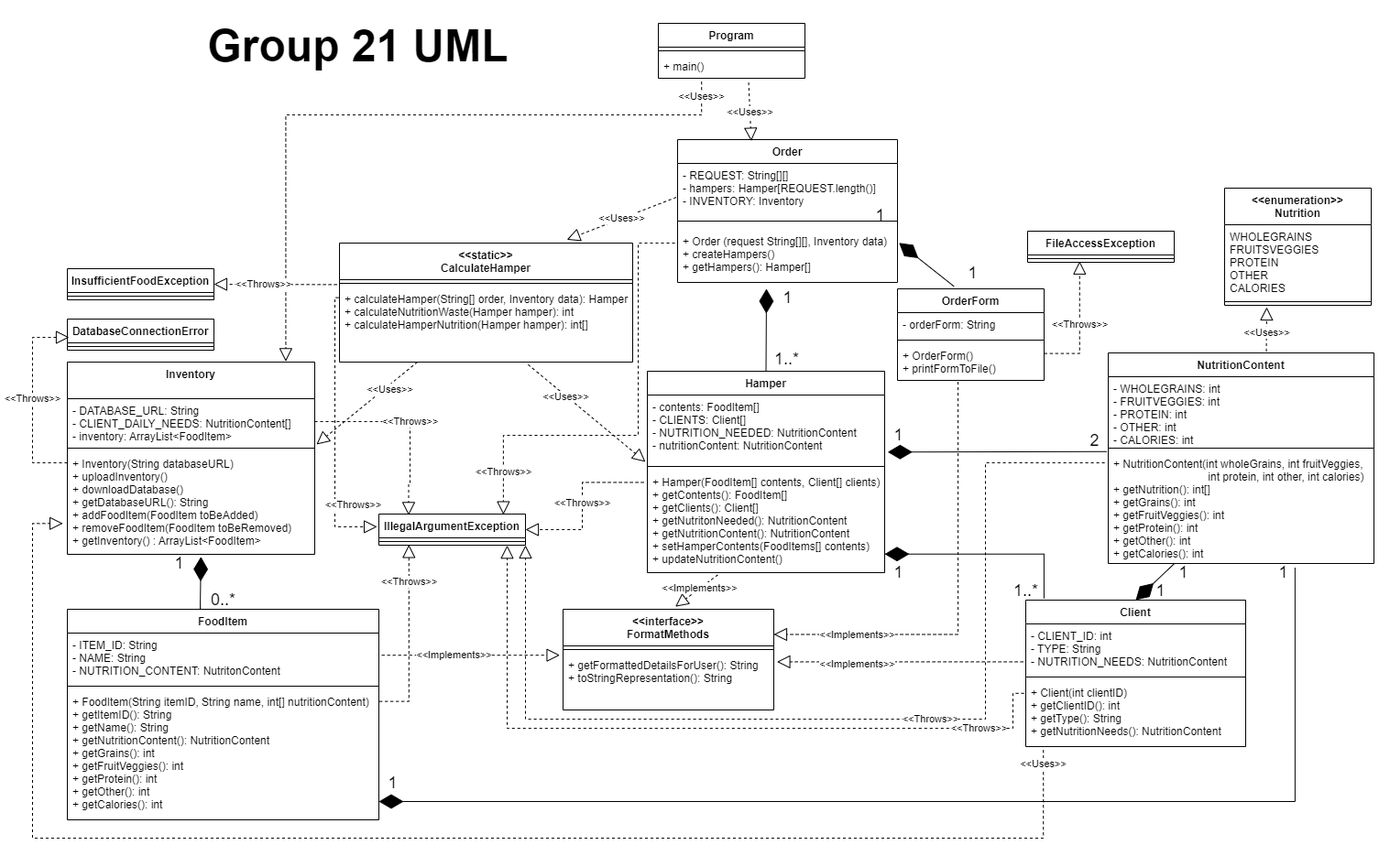
The draw.io diagram UML ENSF409 Project.drawio.png in HitenMahal/ENSF409-FinalProject, before a commit. Source tidied: cells renumbered, new cells last; positions are measured from the earlier drawing's top-left corner, leaving out a move shared by most shapes.
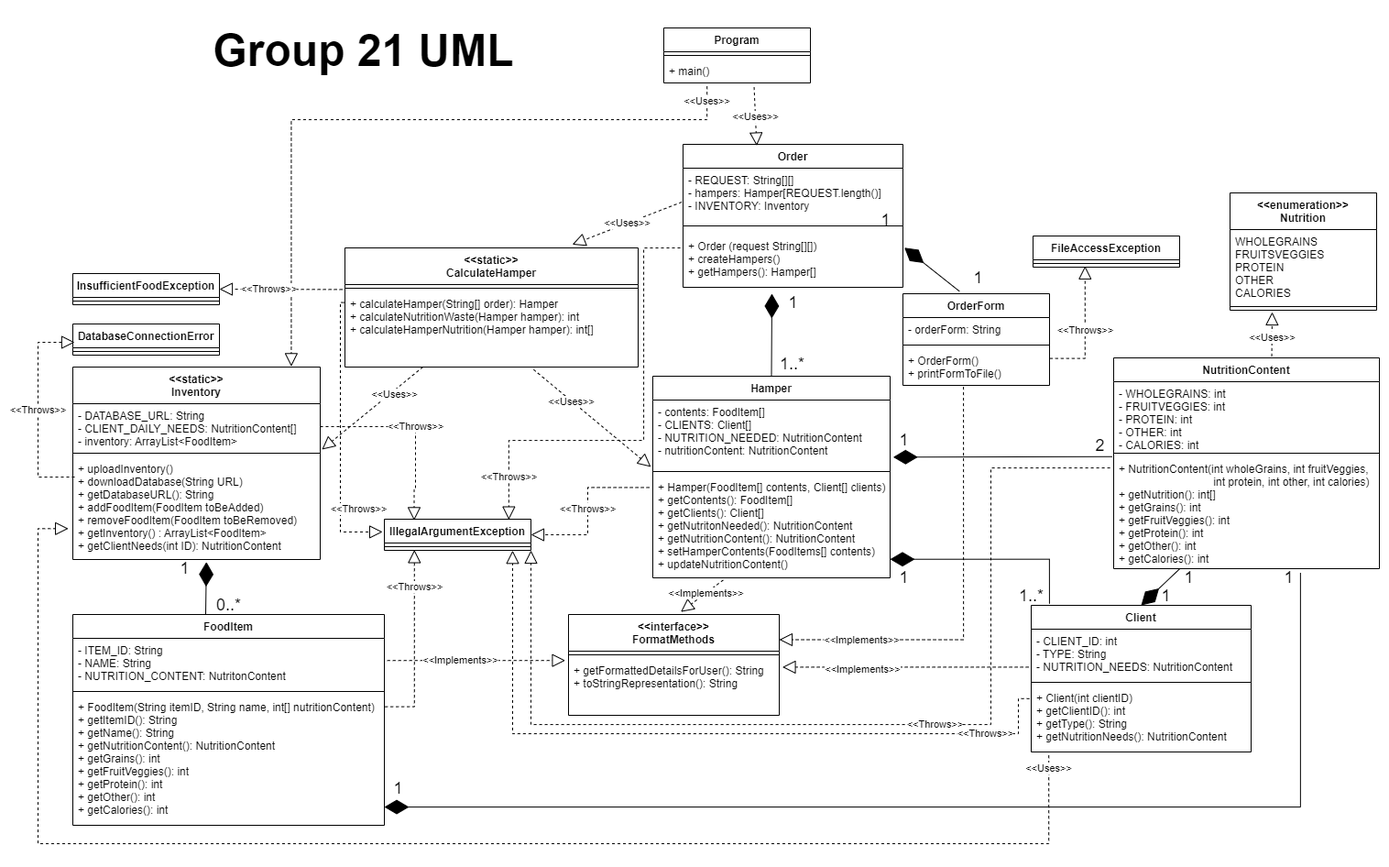
The same file after the commit.

Commit message:
Updated Inventory to Static

What changed in the source:
```diff
@@ -26,7 +26,7 @@
     <mxCell id="9" value="+ Client(int clientID)&#10;+ getClientID(): int&#10;+ getType(): String&#10;+ getNutritionNeeds(): NutritionContent&#10;" style="text;strokeColor=none;fillColor=none;align=left;verticalAlign=top;spacingLeft=4;spacingRight=4;overflow=hidden;points=[[0,0.5],[1,0.5]];portConstraint=eastwest;" parent="6" vertex="1">
       <mxGeometry y="88" width="240" height="72" as="geometry" />
     </mxCell>
-    <mxCell id="10" value="Inventory" style="swimlane;fontStyle=1;align=center;verticalAlign=top;horizontal=1;startSize=40;" parent="1" vertex="1">
+    <mxCell id="10" value="&lt;&lt;static&gt;&gt;&#10;Inventory" style="swimlane;fontStyle=1;align=center;verticalAlign=top;horizontal=1;startSize=40;" parent="1" vertex="1">
       <mxGeometry x="38" y="390" width="270" height="210" as="geometry" />
     </mxCell>
     <mxCell id="11" value="- DATABASE_URL: String&#10;- CLIENT_DAILY_NEEDS: NutritionContent[]&#10;- inventory: ArrayList&lt;FoodItem&gt;" style="text;strokeColor=none;fillColor=none;align=left;verticalAlign=top;spacingLeft=4;spacingRight=4;overflow=hidden;points=[[0,0.5],[1,0.5]];portConstraint=eastwest;" parent="10" vertex="1">
@@ -35,7 +35,7 @@
     <mxCell id="12" style="line;strokeWidth=1;fillColor=none;align=left;verticalAlign=middle;spacingTop=-1;spacingLeft=3;spacingRight=3;labelPosition=right;" parent="10" vertex="1">
       <mxGeometry y="90" width="270" height="8" as="geometry" />
     </mxCell>
-    <mxCell id="13" value="+ Inventory(String databaseURL)&#10;+ uploadInventory()&#10;+ downloadDatabase()&#10;+ getDatabaseURL(): String&#10;+ addFoodItem(FoodItem toBeAdded)&#10;+ removeFoodItem(FoodItem toBeRemoved)&#10;+ getInventory() : ArrayList&lt;FoodItem&gt;" style="text;strokeColor=none;fillColor=none;align=left;verticalAlign=top;spacingLeft=4;spacingRight=4;overflow=hidden;points=[[0,0.5],[1,0.5]];portConstraint=eastwest;" parent="10" vertex="1">
+    <mxCell id="13" value="+ uploadInventory()&#10;+ downloadDatabase(String URL)&#10;+ getDatabaseURL(): String&#10;+ addFoodItem(FoodItem toBeAdded)&#10;+ removeFoodItem(FoodItem toBeRemoved)&#10;+ getInventory() : ArrayList&lt;FoodItem&gt;&#10;+ getClientNeeds(int ID): NutritionContent" style="text;strokeColor=none;fillColor=none;align=left;verticalAlign=top;spacingLeft=4;spacingRight=4;overflow=hidden;points=[[0,0.5],[1,0.5]];portConstraint=eastwest;" parent="10" vertex="1">
       <mxGeometry y="98" width="270" height="112" as="geometry" />
     </mxCell>
     <mxCell id="14" value="OrderForm&#10;" style="swimlane;fontStyle=1;align=center;verticalAlign=top;horizontal=1;startSize=26;" parent="1" vertex="1">
@@ -68,7 +68,7 @@
     <mxCell id="23" style="line;strokeWidth=1;fillColor=none;align=left;verticalAlign=middle;spacingTop=-1;spacingLeft=3;spacingRight=3;labelPosition=right;" parent="21" vertex="1">
       <mxGeometry y="80" width="240" height="18" as="geometry" />
     </mxCell>
-    <mxCell id="24" value="+ Order (request String[][], Inventory data)&#10;+ createHampers()&#10;+ getHampers(): Hamper[]" style="text;strokeColor=none;fillColor=none;align=left;verticalAlign=top;spacingLeft=4;spacingRight=4;overflow=hidden;points=[[0,0.5],[1,0.5]];portConstraint=eastwest;" parent="21" vertex="1">
+    <mxCell id="24" value="+ Order (request String[][])&#10;+ createHampers()&#10;+ getHampers(): Hamper[]" style="text;strokeColor=none;fillColor=none;align=left;verticalAlign=top;spacingLeft=4;spacingRight=4;overflow=hidden;points=[[0,0.5],[1,0.5]];portConstraint=eastwest;" parent="21" vertex="1">
       <mxGeometry y="98" width="240" height="58" as="geometry" />
     </mxCell>
     <mxCell id="25" value="&lt;&lt;static&gt;&gt;&#10;CalculateHamper&#10;" style="swimlane;fontStyle=1;align=center;verticalAlign=top;horizontal=1;startSize=40;" parent="1" vertex="1">
@@ -77,7 +77,7 @@
     <mxCell id="26" style="line;strokeWidth=1;fillColor=none;align=left;verticalAlign=middle;spacingTop=-1;spacingLeft=3;spacingRight=3;labelPosition=right;" parent="25" vertex="1">
       <mxGeometry y="40" width="320" height="8" as="geometry" />
     </mxCell>
-    <mxCell id="27" value="+ calculateHamper(String[] order, Inventory data): Hamper&#10;+ calculateNutritionWaste(Hamper hamper): int&#10;+ calculateHamperNutrition(Hamper hamper): int[]" style="text;strokeColor=none;fillColor=none;align=left;verticalAlign=top;spacingLeft=4;spacingRight=4;overflow=hidden;points=[[0,0.5],[1,0.5]];portConstraint=eastwest;" parent="25" vertex="1">
+    <mxCell id="27" value="+ calculateHamper(String[] order): Hamper&#10;+ calculateNutritionWaste(Hamper hamper): int&#10;+ calculateHamperNutrition(Hamper hamper): int[]" style="text;strokeColor=none;fillColor=none;align=left;verticalAlign=top;spacingLeft=4;spacingRight=4;overflow=hidden;points=[[0,0.5],[1,0.5]];portConstraint=eastwest;" parent="25" vertex="1">
       <mxGeometry y="48" width="320" height="82" as="geometry" />
     </mxCell>
     <mxCell id="28" value="FoodItem" style="swimlane;fontStyle=1;align=center;verticalAlign=top;horizontal=1;startSize=26;" parent="1" vertex="1">
@@ -284,12 +284,12 @@
         </Array>
       </mxGeometry>
     </mxCell>
-    <mxCell id="81" value="&amp;lt;&amp;lt;Throws&amp;gt;&amp;gt;" style="endArrow=block;dashed=1;endFill=0;endSize=12;html=1;rounded=0;edgeStyle=orthogonalEdgeStyle;exitX=-0.015;exitY=0.12;exitDx=0;exitDy=0;exitPerimeter=0;" parent="1" edge="1">
+    <mxCell id="81" value="&amp;lt;&amp;lt;Throws&amp;gt;&amp;gt;" style="endArrow=block;dashed=1;endFill=0;endSize=12;html=1;rounded=0;edgeStyle=orthogonalEdgeStyle;" parent="1" edge="1">
       <mxGeometry relative="1" as="geometry">
-        <mxPoint x="38" y="500" as="sourcePoint" />
+        <mxPoint x="40" y="510" as="sourcePoint" />
         <mxPoint x="40" y="363" as="targetPoint" />
         <Array as="points">
-          <mxPoint y="500" />
+          <mxPoint y="510" />
           <mxPoint y="363" />
         </Array>
       </mxGeometry>
```
